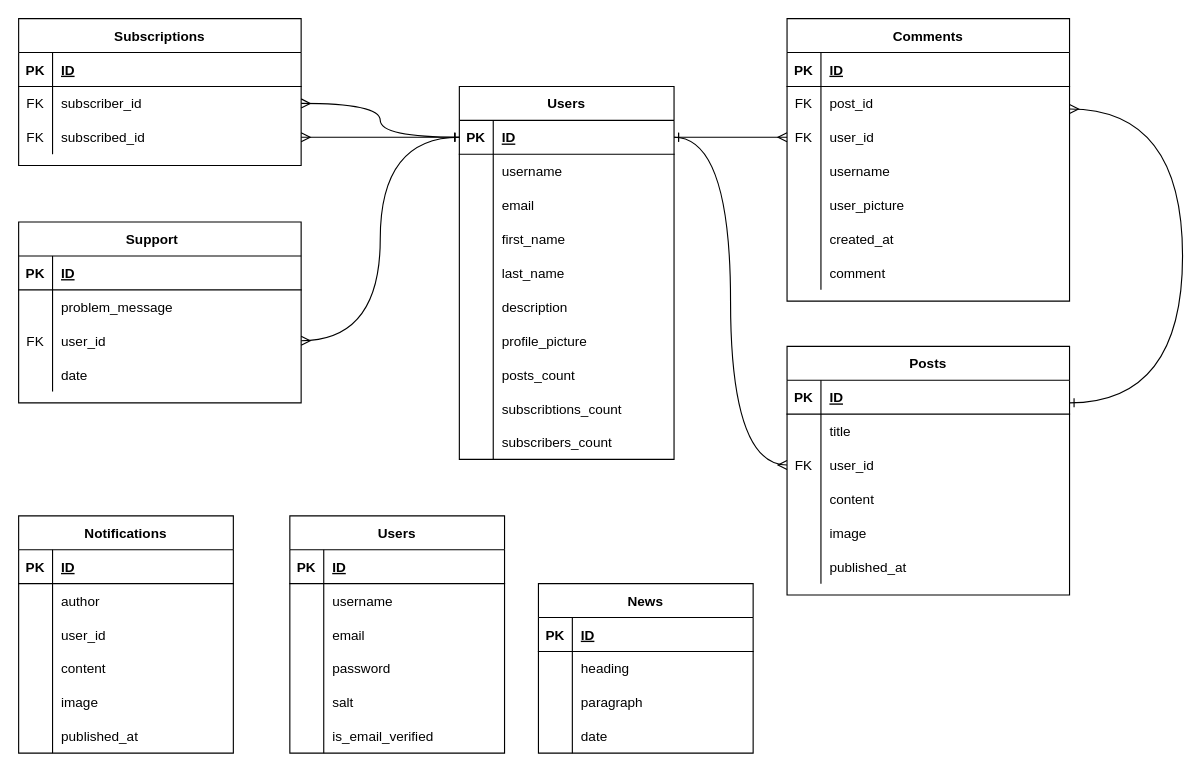
pome1lo/Lotus keeps this draw.io diagram as Documentation/drawio/3.drawio. Above is the earlier version. Source tidied: cells renumbered, new cells numbered last; positions are measured from the earlier drawing's top-left corner, leaving out a move shared by most shapes. Both pictures are drawn from the tidied source at 113%, with x=0, y=0 at pixel (18, 18).
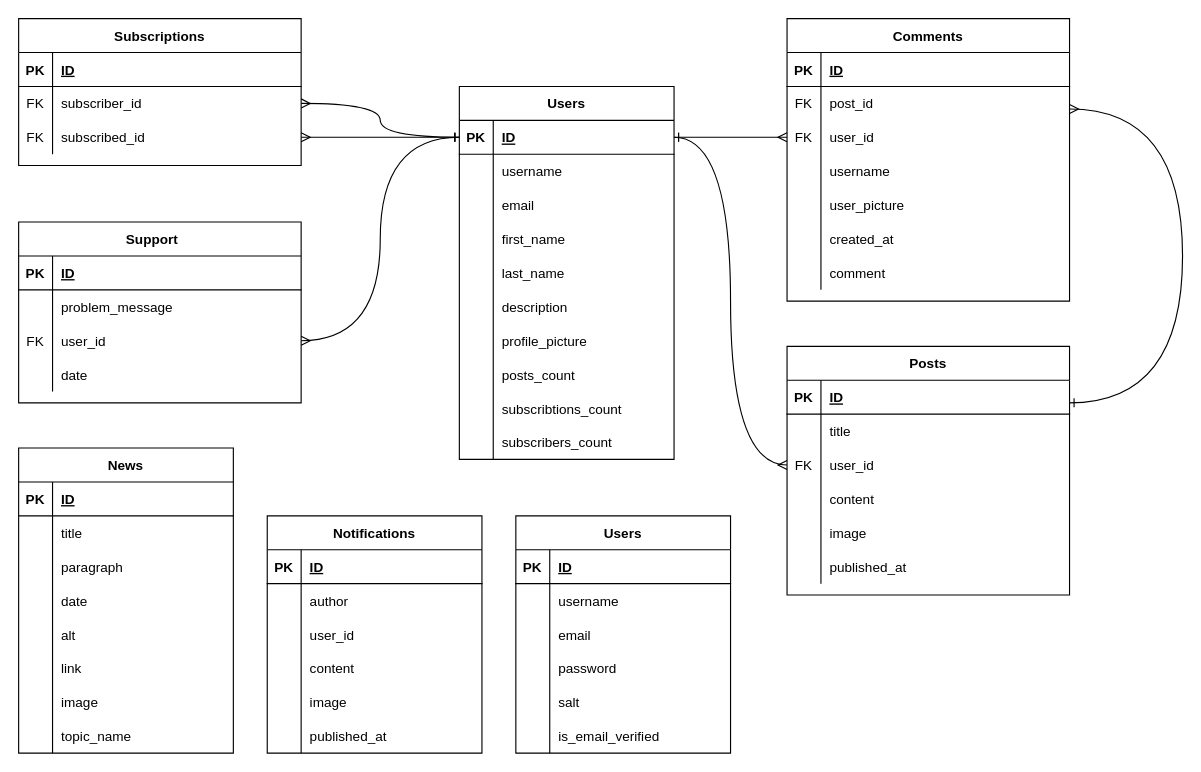
The same diagram, later.

Unchanged cells that the change refers to:
```xml
<mxCell id="145" style="shape=partialRectangle;fillColor=none;top=0;left=0;right=0;bottom=0;" parent="141" vertex="1">
  <mxGeometry y="60" width="190" height="30" as="geometry" />
</mxCell>
```

The edit, as a diff of the source:
```diff
@@
     <mxCell id="25" value="Users" style="shape=table;startSize=30;childLayout=tableLayout;rowLines=0;fontStyle=1;align=center;" parent="1" vertex="1">
-      <mxGeometry x="240" y="440" width="190" height="210" as="geometry" />
+      <mxGeometry x="440" y="440" width="190" height="210" as="geometry" />
     </mxCell>
@@
     <mxCell id="44" value="Notifications" style="shape=table;startSize=30;childLayout=tableLayout;rowLines=0;fontStyle=1;align=center;" parent="1" vertex="1">
-      <mxGeometry y="440" width="190" height="210" as="geometry" />
+      <mxGeometry x="220" y="440" width="190" height="210" as="geometry" />
     </mxCell>
@@
     <mxCell id="141" value="News" style="shape=table;startSize=30;childLayout=tableLayout;rowLines=0;fontStyle=1;align=center;" parent="1" vertex="1">
-      <mxGeometry x="460" y="500" width="190" height="150" as="geometry" />
+      <mxGeometry y="380" width="190" height="270" as="geometry" />
     </mxCell>
@@
-    <mxCell id="147" value="heading" style="shape=partialRectangle;overflow=hidden;fillColor=none;top=0;left=0;bottom=0;right=0;align=left;spacingLeft=6;" parent="145" vertex="1">
+    <mxCell id="147" value="title" style="shape=partialRectangle;overflow=hidden;fillColor=none;top=0;left=0;bottom=0;right=0;align=left;spacingLeft=6;" parent="145" vertex="1">
       <mxGeometry x="30" width="160" height="30" as="geometry" />
     </mxCell>
@@
+    <mxCell id="154" style="shape=partialRectangle;fillColor=none;top=0;left=0;right=0;bottom=0;" parent="141" vertex="1">
+      <mxGeometry y="150" width="190" height="30" as="geometry" />
+    </mxCell>
+    <mxCell id="155" style="shape=partialRectangle;overflow=hidden;fillColor=none;top=0;left=0;bottom=0;right=0;" parent="154" vertex="1">
+      <mxGeometry width="30" height="30" as="geometry" />
+    </mxCell>
+    <mxCell id="156" value="alt" style="shape=partialRectangle;overflow=hidden;fillColor=none;top=0;left=0;bottom=0;right=0;align=left;spacingLeft=6;" parent="154" vertex="1">
+      <mxGeometry x="30" width="160" height="30" as="geometry" />
+    </mxCell>
+    <mxCell id="157" style="shape=partialRectangle;fillColor=none;top=0;left=0;right=0;bottom=0;" parent="141" vertex="1">
+      <mxGeometry y="180" width="190" height="30" as="geometry" />
+    </mxCell>
+    <mxCell id="158" style="shape=partialRectangle;overflow=hidden;fillColor=none;top=0;left=0;bottom=0;right=0;" parent="157" vertex="1">
+      <mxGeometry width="30" height="30" as="geometry" />
+    </mxCell>
+    <mxCell id="159" value="link" style="shape=partialRectangle;overflow=hidden;fillColor=none;top=0;left=0;bottom=0;right=0;align=left;spacingLeft=6;" parent="157" vertex="1">
+      <mxGeometry x="30" width="160" height="30" as="geometry" />
+    </mxCell>
+    <mxCell id="160" style="shape=partialRectangle;fillColor=none;top=0;left=0;right=0;bottom=0;" parent="141" vertex="1">
+      <mxGeometry y="210" width="190" height="30" as="geometry" />
+    </mxCell>
+    <mxCell id="161" style="shape=partialRectangle;overflow=hidden;fillColor=none;top=0;left=0;bottom=0;right=0;" parent="160" vertex="1">
+      <mxGeometry width="30" height="30" as="geometry" />
+    </mxCell>
+    <mxCell id="162" value="image" style="shape=partialRectangle;overflow=hidden;fillColor=none;top=0;left=0;bottom=0;right=0;align=left;spacingLeft=6;" parent="160" vertex="1">
+      <mxGeometry x="30" width="160" height="30" as="geometry" />
+    </mxCell>
+    <mxCell id="163" style="shape=partialRectangle;fillColor=none;top=0;left=0;right=0;bottom=0;" parent="141" vertex="1">
+      <mxGeometry y="240" width="190" height="30" as="geometry" />
+    </mxCell>
+    <mxCell id="164" style="shape=partialRectangle;overflow=hidden;fillColor=none;top=0;left=0;bottom=0;right=0;" parent="163" vertex="1">
+      <mxGeometry width="30" height="30" as="geometry" />
+    </mxCell>
+    <mxCell id="165" value="topic_name" style="shape=partialRectangle;overflow=hidden;fillColor=none;top=0;left=0;bottom=0;right=0;align=left;spacingLeft=6;" parent="163" vertex="1">
+      <mxGeometry x="30" width="160" height="30" as="geometry" />
+    </mxCell>
```
